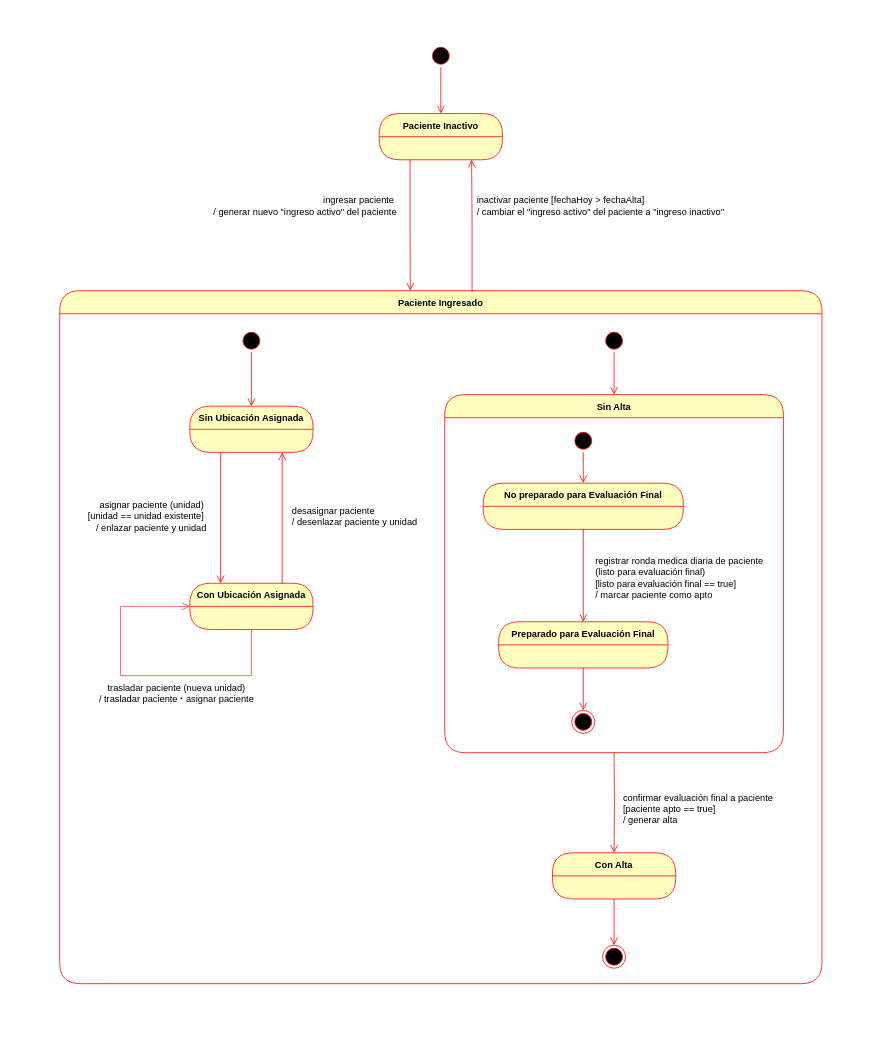
The draw.io diagram uml/4 - Diagrama de Estados/Diagrama de Actividades.drawio in stoica25-byte/Reto-2-Entornos-Programacion, before the edit. Source tidied: cells renumbered, new cells numbered last; positions are measured from the earlier drawing's top-left corner, leaving out a move shared by most shapes. Both pictures are drawn from the tidied source at 77%, with x=0, y=0 at pixel (13, 13).
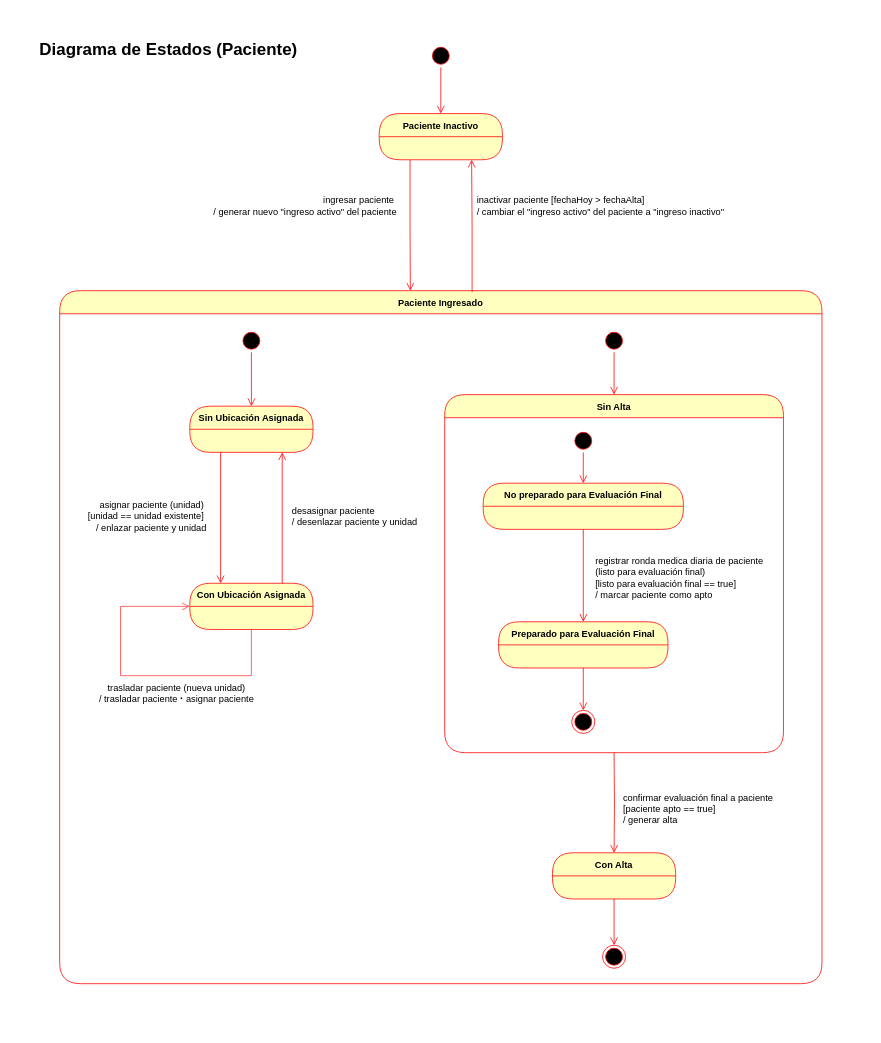
The same diagram, later.

Commit message (it also covers changes not shown here):
Añadiendo titulo al diagrama de estados

Change to the diagram source:
```diff
@@
+    <mxCell id="37" value="Diagrama de Estados (Paciente)" style="text;html=1;whiteSpace=wrap;strokeColor=none;fillColor=none;align=left;verticalAlign=middle;rounded=0;fontStyle=1;fontSize=22;" parent="1" vertex="1">
+      <mxGeometry x="32" y="32" width="340" height="30" as="geometry" />
+    </mxCell>
```
